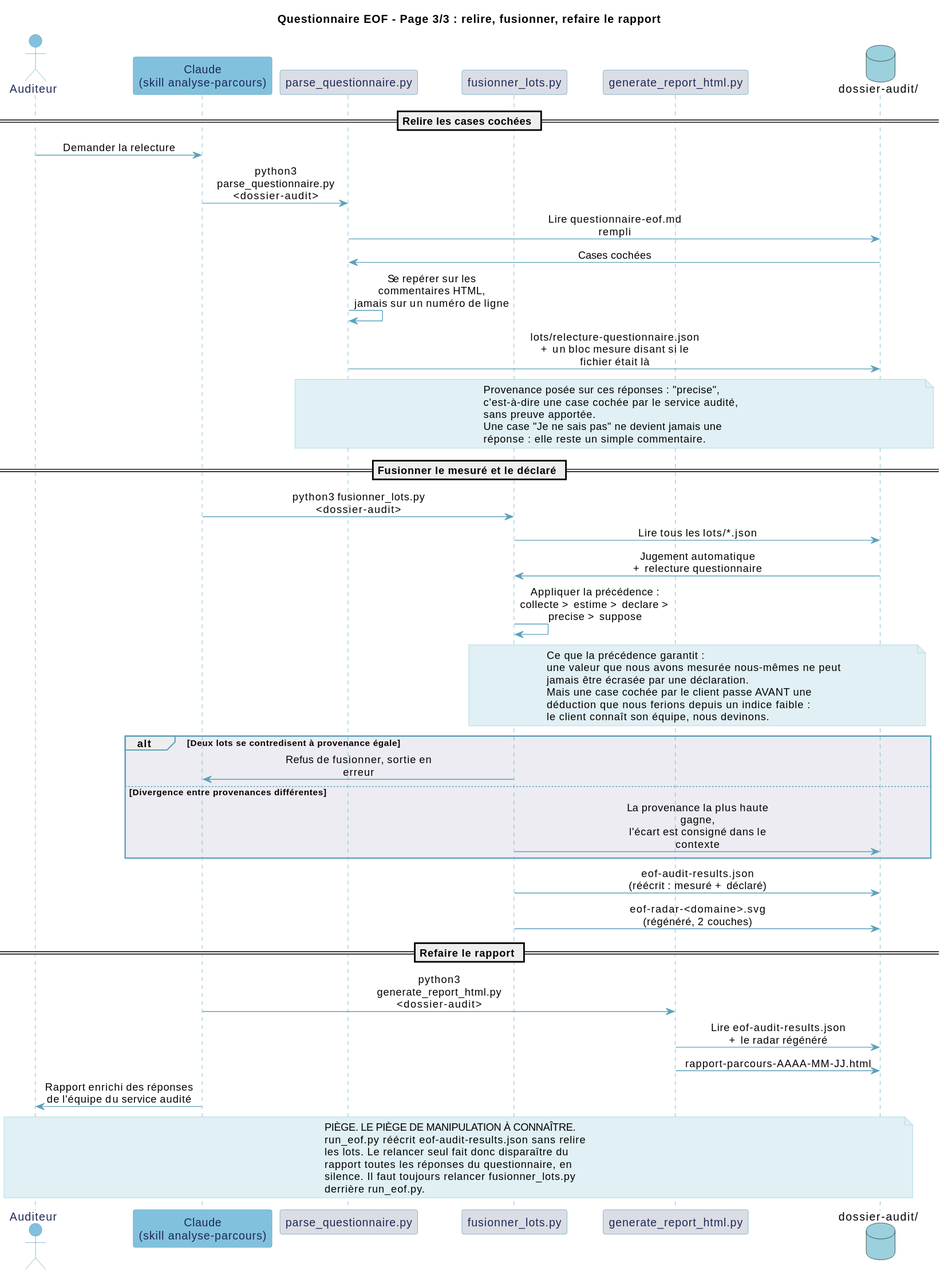
Earlier version of the PlantUML export documentation/diagrammes/eof-questionnaire-sequence-p3.svg (Boavizta/eroom).
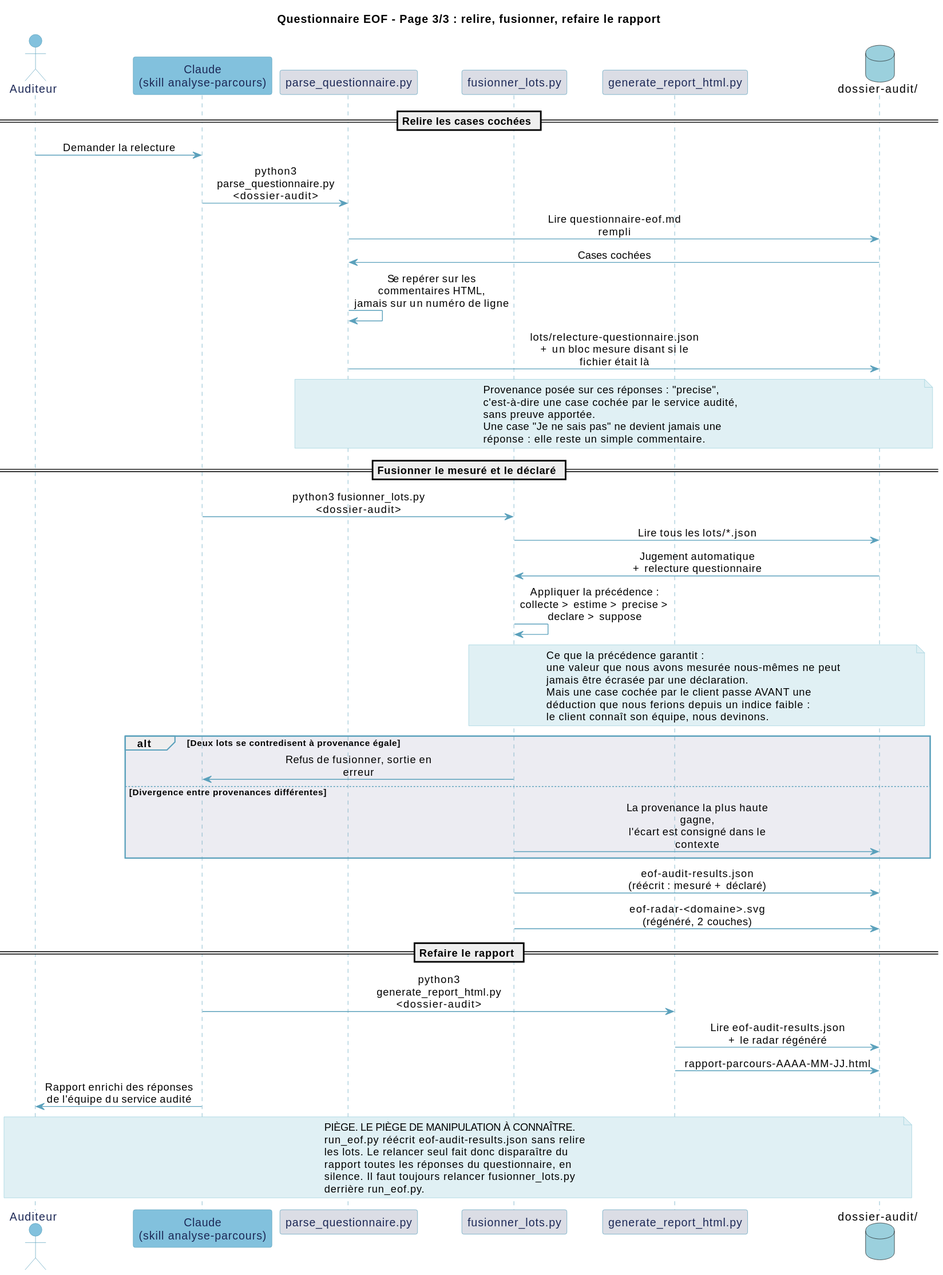
After the change.

What changed in the source:
```diff
@@ -51,7 +51,7 @@
 C -> FL : python3 fusionner_lots.py <dossier-audit>
 FL -> FS : Lire tous les lots/*.json
 FS -> FL : Jugement automatique\n+ relecture questionnaire
-FL -> FL : Appliquer la précédence :\ncollecte > estime > declare > precise > suppose
+FL -> FL : Appliquer la précédence :\ncollecte > estime > precise > declare > suppose
 
 note over FL, FS
   Ce que la précédence garantit :
```
